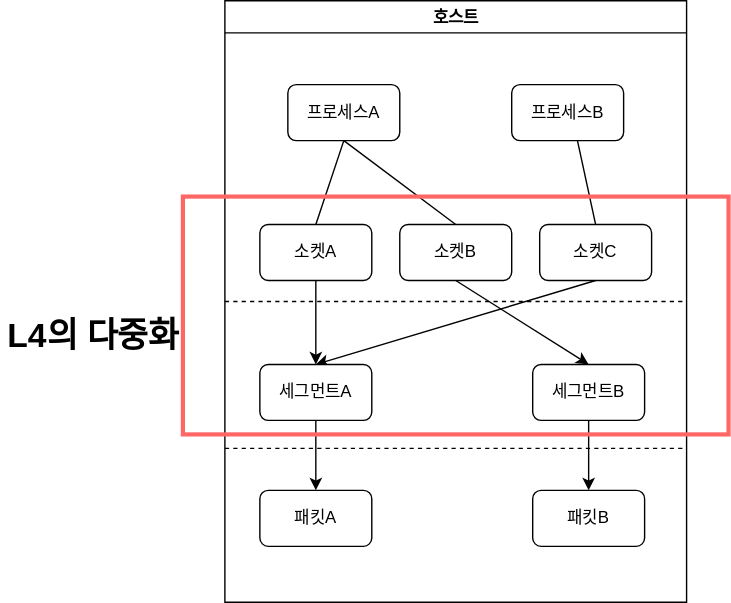
Above: 17/yongki/assets/multiplexer.drawio.svg in cs-study-org/cs-study (draw.io), before the change. Source tidied: cells renumbered, new cells last; positions are measured from the earlier drawing's top-left corner, leaving out a move shared by most shapes.
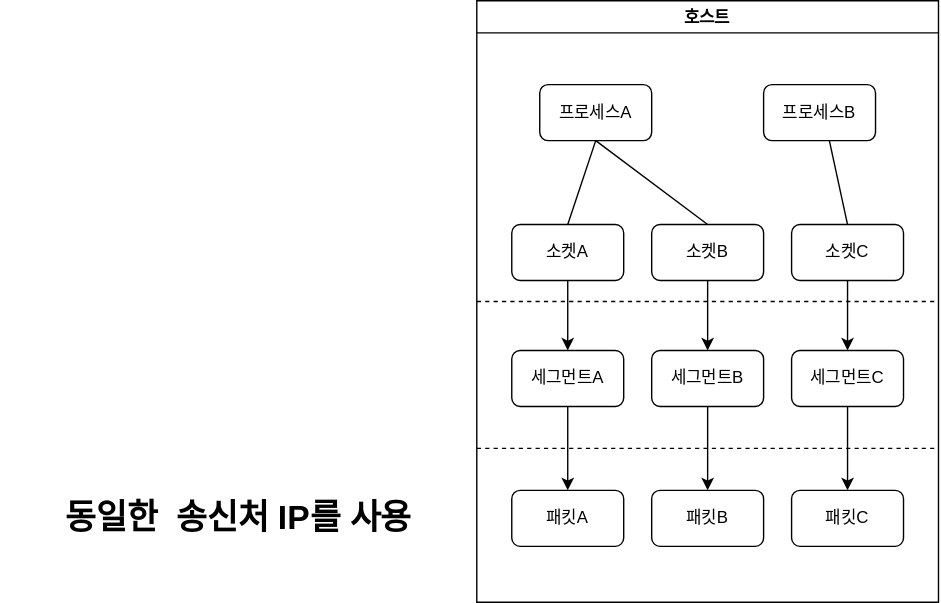
After the change.

Commit message:
:bento: Update multiplexer diagram

Change to the diagram source:
```diff
@@ -29,7 +29,7 @@
     <mxCell id="8" value="소켓B" style="rounded=1;whiteSpace=wrap;html=1;" parent="2" vertex="1">
       <mxGeometry x="125" y="160" width="80" height="40" as="geometry" />
     </mxCell>
-    <mxCell id="9" style="edgeStyle=none;html=1;exitX=0.5;exitY=1;exitDx=0;exitDy=0;entryX=0.5;entryY=0;entryDx=0;entryDy=0;endArrow=classic;endFill=1;" parent="2" edge="1" source="10" target="14">
+    <mxCell id="9" style="edgeStyle=none;html=1;exitX=0.5;exitY=1;exitDx=0;exitDy=0;entryX=0.5;entryY=0;entryDx=0;entryDy=0;endArrow=classic;endFill=1;" parent="2" edge="1" source="10" target="25">
       <mxGeometry relative="1" as="geometry" />
     </mxCell>
     <mxCell id="10" value="소켓C" style="rounded=1;whiteSpace=wrap;html=1;" parent="2" vertex="1">
@@ -45,13 +45,13 @@
       <mxGeometry relative="1" as="geometry" />
     </mxCell>
     <mxCell id="14" value="세그먼트A" style="rounded=1;whiteSpace=wrap;html=1;" parent="2" vertex="1">
-      <mxGeometry x="25" y="260" width="80" height="40" as="geometry" />
+      <mxGeometry x="25" y="250" width="80" height="40" as="geometry" />
     </mxCell>
     <mxCell id="15" style="edgeStyle=none;html=1;exitX=0.5;exitY=1;exitDx=0;exitDy=0;endArrow=classic;endFill=1;" parent="2" edge="1" source="16" target="19">
       <mxGeometry relative="1" as="geometry" />
     </mxCell>
     <mxCell id="16" value="세그먼트B" style="rounded=1;whiteSpace=wrap;html=1;" parent="2" vertex="1">
-      <mxGeometry x="220" y="260" width="80" height="40" as="geometry" />
+      <mxGeometry x="125" y="250" width="80" height="40" as="geometry" />
     </mxCell>
     <mxCell id="17" style="edgeStyle=none;html=1;exitX=0;exitY=0.5;exitDx=0;exitDy=0;entryX=1;entryY=0.5;entryDx=0;entryDy=0;endArrow=none;endFill=0;dashed=1;" parent="2" edge="1">
       <mxGeometry relative="1" as="geometry">
@@ -63,21 +63,27 @@
       <mxGeometry x="25" y="350" width="80" height="40" as="geometry" />
     </mxCell>
     <mxCell id="19" value="패킷B" style="rounded=1;whiteSpace=wrap;html=1;" parent="2" vertex="1">
-      <mxGeometry x="220" y="350" width="80" height="40" as="geometry" />
+      <mxGeometry x="125" y="350" width="80" height="40" as="geometry" />
     </mxCell>
-    <mxCell id="20" style="rounded=0;whiteSpace=wrap;html=1;strokeWidth=3;fillColor=none;strokeColor=#FF6666;" parent="2" vertex="1">
-      <mxGeometry x="-30" y="140" width="390" height="170" as="geometry" />
-    </mxCell>
+    <mxCell id="24" style="edgeStyle=none;html=1;exitX=0.5;exitY=1;exitDx=0;exitDy=0;entryX=0.5;entryY=0;entryDx=0;entryDy=0;" parent="2" edge="1" source="25" target="26">
+      <mxGeometry relative="1" as="geometry" />
+    </mxCell>
+    <mxCell id="25" value="세그먼트C" style="rounded=1;whiteSpace=wrap;html=1;" parent="2" vertex="1">
+      <mxGeometry x="225" y="250" width="80" height="40" as="geometry" />
+    </mxCell>
+    <mxCell id="26" value="패킷C" style="rounded=1;whiteSpace=wrap;html=1;" parent="2" vertex="1">
+      <mxGeometry x="225" y="350" width="80" height="40" as="geometry" />
+    </mxCell>
     <mxCell id="21" style="edgeStyle=none;html=1;exitX=0;exitY=0.5;exitDx=0;exitDy=0;entryX=1;entryY=0.5;entryDx=0;entryDy=0;endArrow=none;endFill=0;dashed=1;" parent="1" edge="1" source="2" target="2">
       <mxGeometry relative="1" as="geometry" />
     </mxCell>
     <mxCell id="22" style="edgeStyle=none;html=1;exitX=0.5;exitY=1;exitDx=0;exitDy=0;endArrow=classic;endFill=1;" parent="1" edge="1" source="6">
       <mxGeometry relative="1" as="geometry">
-        <mxPoint x="225" y="260" as="targetPoint" />
+        <mxPoint x="225" y="250" as="targetPoint" />
       </mxGeometry>
     </mxCell>
-    <mxCell id="23" value="&lt;h1&gt;L4의 다중화&lt;/h1&gt;" style="text;html=1;strokeColor=none;fillColor=none;spacing=5;spacingTop=-20;whiteSpace=wrap;overflow=hidden;rounded=0;" parent="1" vertex="1">
-      <mxGeometry y="220" width="140" height="40" as="geometry" />
+    <mxCell id="23" value="&lt;h1&gt;동일한&amp;nbsp; 송신처 IP를 사용&lt;/h1&gt;" style="text;html=1;strokeColor=none;fillColor=none;spacing=5;spacingTop=-20;whiteSpace=wrap;overflow=hidden;rounded=0;align=center;" parent="1" vertex="1">
+      <mxGeometry x="-180" y="350" width="340" height="40" as="geometry" />
     </mxCell>
   </root>
 </mxGraphModel>
```
